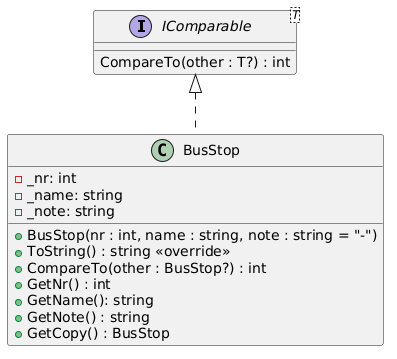
bbe-work/bbe-work.github.io keeps this PlantUML diagram as src/assets/img/kmom01/KlassdiagramKmom01Uppgift.png. Above is the earlier version.
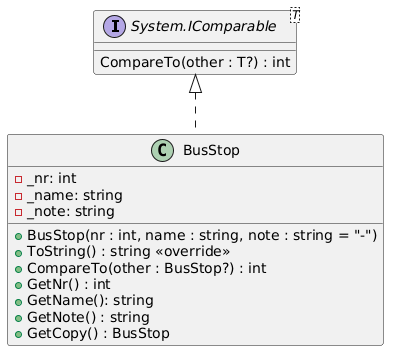
After the change.

Commit message:
Uppdaterat klassdiagram uppgift kmom01

Change to the diagram source:
```diff
@@ -1,4 +1,5 @@
 @startuml
+interface "System.IComparable" as IComparable
 IComparable <|.. BusStop
 
 class BusStop {
```
